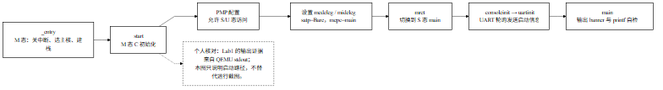
This is doc/lab1/images/lab1-startup-sequence.png from hoyuand/2024302111427, a Mermaid export, as it was before one commit. Its source is kept beside it as doc/lab1/images/lab1-startup-sequence.mmd.
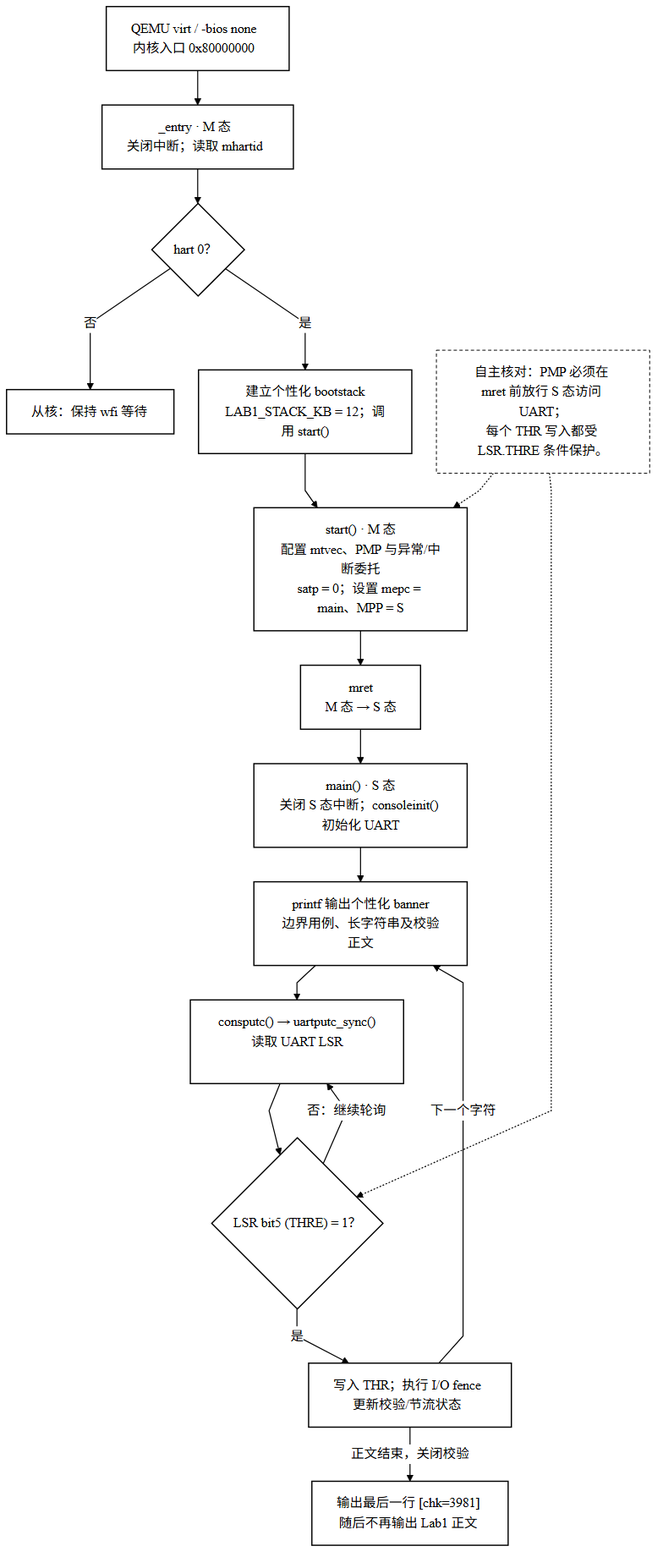
After the change.

What changed in the source:
```diff
@@ -1,12 +1,25 @@
-%%{init: {"theme":"base","themeVariables":{"fontFamily":"Arial, Microsoft YaHei, sans-serif","primaryColor":"#ffffff","primaryTextColor":"#000000","primaryBorderColor":"#000000","lineColor":"#000000","secondaryColor":"#ffffff","tertiaryColor":"#ffffff"},"flowchart":{"nodeSpacing":34,"rankSpacing":48,"curve":"linear"}}}%%
-flowchart LR
-  classDef plain fill:#ffffff,stroke:#000000,color:#000000,stroke-width:1.5px
+%%{init: {"theme":"base","themeVariables":{"fontFamily":"Arial, Microsoft YaHei, sans-serif","fontSize":"16px","primaryColor":"#ffffff","primaryTextColor":"#000000","primaryBorderColor":"#000000","lineColor":"#000000","secondaryColor":"#ffffff","tertiaryColor":"#ffffff","clusterBkg":"#ffffff","clusterBorder":"#000000"},"flowchart":{"nodeSpacing":30,"rankSpacing":42,"curve":"linear","htmlLabels":true}}}%%
+flowchart TB
+  classDef step fill:#ffffff,stroke:#000000,color:#000000,stroke-width:1.5px
+  classDef decision fill:#ffffff,stroke:#000000,color:#000000,stroke-width:1.5px
   classDef note fill:#ffffff,stroke:#000000,color:#000000,stroke-width:1px,stroke-dasharray:4 3
-  e["_entry<br/>M 态：关中断、选主核、建栈"]:::plain --> s["start<br/>M 态 C 初始化"]:::plain
-  s --> p["PMP 配置<br/>允许 S/U 态访问"]:::plain
-  p --> t["设置 medeleg / mideleg<br/>satp=Bare，mepc=main"]:::plain
-  t --> r["mret<br/>切换到 S 态 main"]:::plain
-  r --> u["consoleinit → uartinit<br/>UART 轮询发送启动信息"]:::plain
-  u --> m["main<br/>输出 banner 与 printf 自检"]:::plain
-  n["个人核对：Lab1 的输出证据来自 QEMU stdout；<br/>本图只说明启动路径，不替代运行截图。"]:::note
-  s -.-> n
+  linkStyle default stroke:#000000,stroke-width:1.25px
+
+  qemu["QEMU virt / -bios none<br/>内核入口 0x80000000"]:::step --> entry["_entry · M 态<br/>关闭中断；读取 mhartid"]:::step
+  entry --> hart{"hart 0？"}:::decision
+  hart -- 否 --> secondary["从核：保持 wfi 等待"]:::step
+  hart -- 是 --> stack["建立个性化 bootstack<br/>LAB1_STACK_KB = 12；调用 start()"]:::step
+  stack --> setup["start() · M 态<br/>配置 mtvec、PMP 与异常/中断委托<br/>satp = 0；设置 mepc = main、MPP = S"]:::step
+  setup --> mret["mret<br/>M 态 → S 态"]:::step
+  mret --> main["main() · S 态<br/>关闭 S 态中断；consoleinit() 初始化 UART"]:::step
+  main --> body["printf 输出个性化 banner<br/>边界用例、长字符串及校验正文"]:::step
+  body --> tx["consputc() → uartputc_sync()<br/>读取 UART LSR"]:::step
+  tx --> ready{"LSR bit5 (THRE) = 1？"}:::decision
+  ready -- 否：继续轮询 --> tx
+  ready -- 是 --> thr["写入 THR；执行 I/O fence<br/>更新校验/节流状态"]:::step
+  thr -- 下一个字符 --> body
+  thr -- 正文结束，关闭校验 --> check["输出最后一行 [chk=3981]<br/>随后不再输出 Lab1 正文"]:::step
+
+  analysis["自主核对：PMP 必须在 mret 前放行 S 态访问 UART；<br/>每个 THR 写入都受 LSR.THRE 条件保护。"]:::note
+  analysis -.-> setup
+  analysis -.-> ready
```
